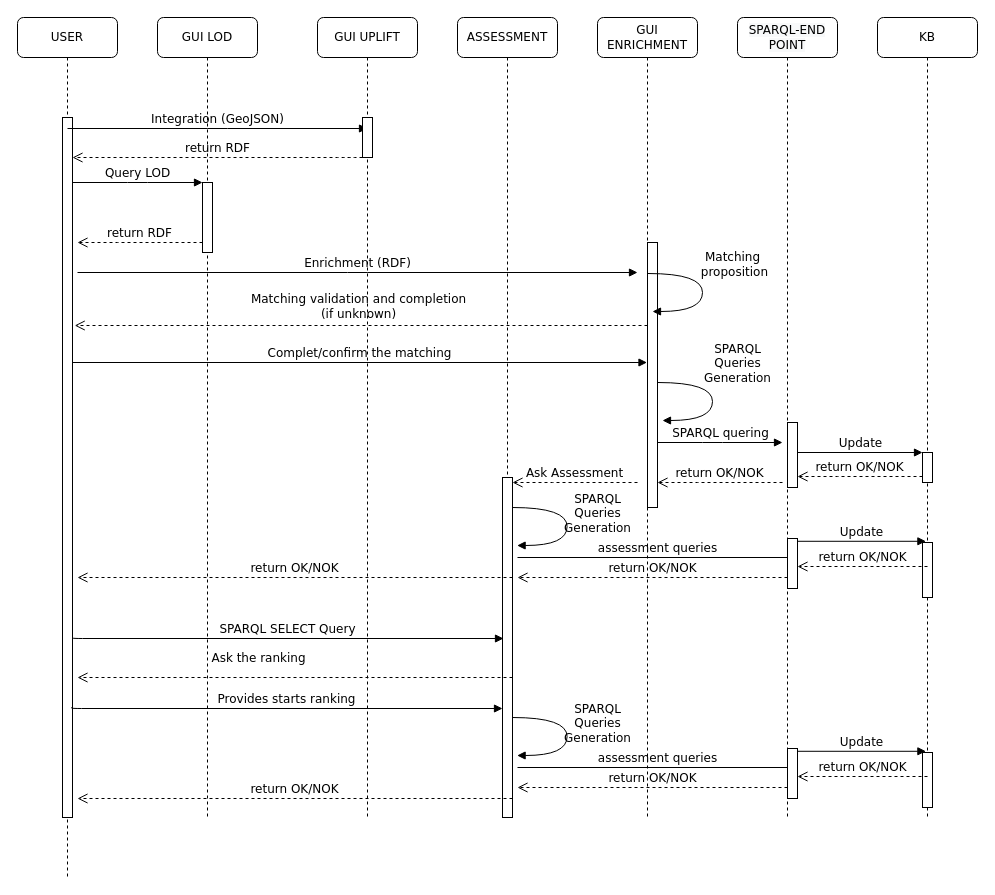
Above: UseCase.drawio in JJponciano/SpaLod (draw.io), before the change. Source tidied: cells renumbered, new cells numbered last; positions are measured from the earlier drawing's top-left corner, leaving out a move shared by most shapes. Both pictures are drawn from the tidied source at 100%, with x=0, y=0 at pixel (17, 17).
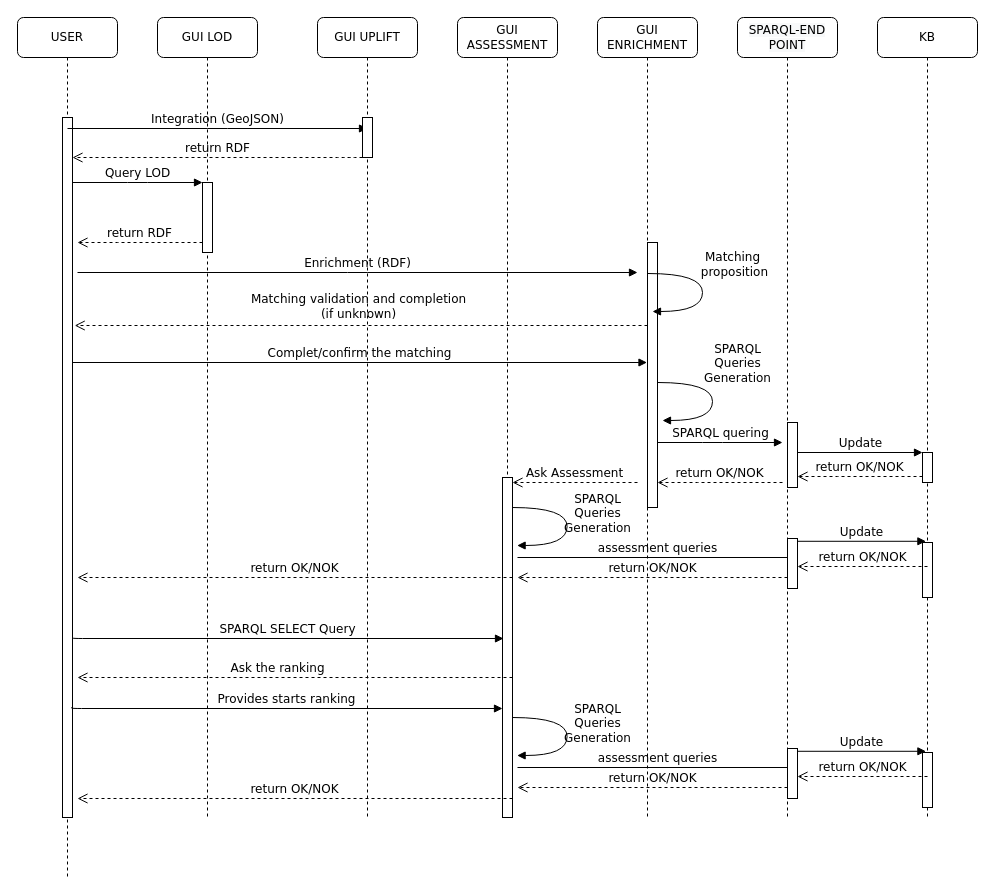
The same diagram, later.

What changed in the source:
```diff
@@
-    <mxCell id="5" value="ASSESSMENT" style="shape=umlLifeline;perimeter=lifelinePerimeter;whiteSpace=wrap;html=1;rounded=1;shadow=0;comic=0;labelBackgroundColor=none;strokeWidth=1;fontFamily=Verdana;fontSize=12;align=center;" parent="1" vertex="1">
+    <mxCell id="5" value="GUI&lt;br&gt;ASSESSMENT" style="shape=umlLifeline;perimeter=lifelinePerimeter;whiteSpace=wrap;html=1;rounded=1;shadow=0;comic=0;labelBackgroundColor=none;strokeWidth=1;fontFamily=Verdana;fontSize=12;align=center;" parent="1" vertex="1">
       <mxGeometry x="440" width="100" height="640" as="geometry" />
     </mxCell>
@@
     <mxCell id="39" value="Ask the ranking" style="html=1;verticalAlign=bottom;endArrow=open;dashed=1;endSize=8;labelBackgroundColor=none;fontFamily=Verdana;fontSize=12;edgeStyle=elbowEdgeStyle;elbow=vertical;" parent="1" edge="1">
-      <mxGeometry x="0.17" y="-10" relative="1" as="geometry">
+      <mxGeometry x="0.08" relative="1" as="geometry">
         <mxPoint x="495" y="660" as="sourcePoint" />
         <mxPoint x="60" y="660" as="targetPoint" />
         <Array as="points">
           <mxPoint x="415" y="660" />
           <mxPoint x="485" y="715" />
         </Array>
       </mxGeometry>
     </mxCell>
```
